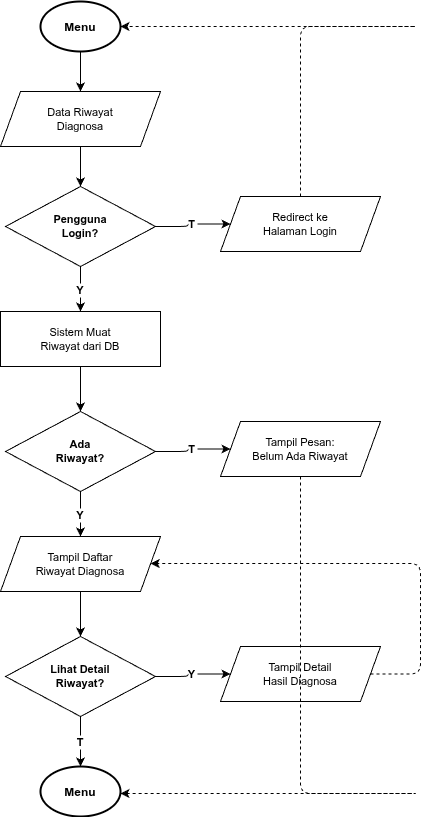
RajaSunrise/kangkungku keeps this draw.io diagram as diagram/flowchart/15-flowchart-riwayat.png. Above is the earlier version. Source tidied: cells renumbered, new cells last; positions are measured from the earlier drawing's top-left corner, leaving out a move shared by most shapes. The source it was exported from:
```xml
<mxGraphModel>
  <root>
    <mxCell id="0" />
    <mxCell id="1" parent="0" />
    <mxCell id="2" value="Menu" style="shape=mxgraph.flowchart.start_2;fillColor=#FFFFFF;strokeColor=#000000;strokeWidth=2;fontSize=12;fontStyle=1;" parent="1" vertex="1">
      <mxGeometry x="40" width="80" height="50" as="geometry" />
    </mxCell>
    <mxCell id="3" value="Data Riwayat&#10;Diagnosa" style="shape=parallelogram;perimeter=parallelogramPerimeter;whiteSpace=wrap;html=1;fixedSize=1;size=20;fillColor=#FFFFFF;strokeColor=#000000;fontSize=11;" parent="1" vertex="1">
      <mxGeometry y="90" width="160" height="55" as="geometry" />
    </mxCell>
    <mxCell id="4" value="Pengguna&#10;Login?" style="rhombus;whiteSpace=wrap;html=1;fillColor=#FFFFFF;strokeColor=#000000;fontSize=11;fontStyle=1;" parent="1" vertex="1">
      <mxGeometry x="5" y="185" width="150" height="80" as="geometry" />
    </mxCell>
    <mxCell id="5" value="Redirect ke&#10;Halaman Login" style="shape=parallelogram;perimeter=parallelogramPerimeter;whiteSpace=wrap;html=1;fixedSize=1;size=20;fillColor=#FFFFFF;strokeColor=#000000;fontSize=11;" parent="1" vertex="1">
      <mxGeometry x="220" y="195" width="160" height="55" as="geometry" />
    </mxCell>
    <mxCell id="6" value="Sistem Muat&#10;Riwayat dari DB" style="rounded=0;whiteSpace=wrap;html=1;fillColor=#FFFFFF;strokeColor=#000000;fontSize=11;" parent="1" vertex="1">
      <mxGeometry y="310" width="160" height="55" as="geometry" />
    </mxCell>
    <mxCell id="7" value="Ada&#10;Riwayat?" style="rhombus;whiteSpace=wrap;html=1;fillColor=#FFFFFF;strokeColor=#000000;fontSize=11;fontStyle=1;" parent="1" vertex="1">
      <mxGeometry x="5" y="410" width="150" height="80" as="geometry" />
    </mxCell>
    <mxCell id="8" value="Tampil Pesan:&#10;Belum Ada Riwayat" style="shape=parallelogram;perimeter=parallelogramPerimeter;whiteSpace=wrap;html=1;fixedSize=1;size=20;fillColor=#FFFFFF;strokeColor=#000000;fontSize=11;" parent="1" vertex="1">
      <mxGeometry x="220" y="420" width="160" height="55" as="geometry" />
    </mxCell>
    <mxCell id="9" value="Tampil Daftar&#10;Riwayat Diagnosa" style="shape=parallelogram;perimeter=parallelogramPerimeter;whiteSpace=wrap;html=1;fixedSize=1;size=20;fillColor=#FFFFFF;strokeColor=#000000;fontSize=11;" parent="1" vertex="1">
      <mxGeometry y="535" width="160" height="55" as="geometry" />
    </mxCell>
    <mxCell id="10" value="Lihat Detail&#10;Riwayat?" style="rhombus;whiteSpace=wrap;html=1;fillColor=#FFFFFF;strokeColor=#000000;fontSize=11;fontStyle=1;" parent="1" vertex="1">
      <mxGeometry x="5" y="635" width="150" height="80" as="geometry" />
    </mxCell>
    <mxCell id="11" value="Tampil Detail&#10;Hasil Diagnosa" style="shape=parallelogram;perimeter=parallelogramPerimeter;whiteSpace=wrap;html=1;fixedSize=1;size=20;fillColor=#FFFFFF;strokeColor=#000000;fontSize=11;" parent="1" vertex="1">
      <mxGeometry x="220" y="645" width="160" height="55" as="geometry" />
    </mxCell>
    <mxCell id="12" value="Menu" style="shape=mxgraph.flowchart.start_2;fillColor=#FFFFFF;strokeColor=#000000;strokeWidth=2;fontSize=12;fontStyle=1;" parent="1" vertex="1">
      <mxGeometry x="40" y="765" width="80" height="50" as="geometry" />
    </mxCell>
    <mxCell id="13" style="edgeStyle=orthogonalEdgeStyle;" parent="1" edge="1" source="2" target="3">
      <mxGeometry relative="1" as="geometry" />
    </mxCell>
    <mxCell id="14" style="edgeStyle=orthogonalEdgeStyle;" parent="1" edge="1" source="3" target="4">
      <mxGeometry relative="1" as="geometry" />
    </mxCell>
    <mxCell id="15" value="T" style="edgeStyle=orthogonalEdgeStyle;fontSize=11;fontStyle=1;" parent="1" edge="1" source="4" target="5">
      <mxGeometry relative="1" as="geometry" />
    </mxCell>
    <mxCell id="16" style="edgeStyle=orthogonalEdgeStyle;dashed=1;" parent="1" edge="1" source="5" target="2">
      <mxGeometry relative="1" as="geometry">
        <Array as="points">
          <mxPoint x="420" y="25" />
          <mxPoint x="120" y="25" />
        </Array>
      </mxGeometry>
    </mxCell>
    <mxCell id="17" value="Y" style="edgeStyle=orthogonalEdgeStyle;fontSize=11;fontStyle=1;" parent="1" edge="1" source="4" target="6">
      <mxGeometry relative="1" as="geometry" />
    </mxCell>
    <mxCell id="18" style="edgeStyle=orthogonalEdgeStyle;" parent="1" edge="1" source="6" target="7">
      <mxGeometry relative="1" as="geometry" />
    </mxCell>
    <mxCell id="19" value="T" style="edgeStyle=orthogonalEdgeStyle;fontSize=11;fontStyle=1;" parent="1" edge="1" source="7" target="8">
      <mxGeometry relative="1" as="geometry" />
    </mxCell>
    <mxCell id="20" style="edgeStyle=orthogonalEdgeStyle;dashed=1;" parent="1" edge="1" source="8" target="12">
      <mxGeometry relative="1" as="geometry">
        <Array as="points">
          <mxPoint x="420" y="792" />
          <mxPoint x="120" y="792" />
        </Array>
      </mxGeometry>
    </mxCell>
    <mxCell id="21" value="Y" style="edgeStyle=orthogonalEdgeStyle;fontSize=11;fontStyle=1;" parent="1" edge="1" source="7" target="9">
      <mxGeometry relative="1" as="geometry" />
    </mxCell>
    <mxCell id="22" style="edgeStyle=orthogonalEdgeStyle;" parent="1" edge="1" source="9" target="10">
      <mxGeometry relative="1" as="geometry" />
    </mxCell>
    <mxCell id="23" value="Y" style="edgeStyle=orthogonalEdgeStyle;fontSize=11;fontStyle=1;" parent="1" edge="1" source="10" target="11">
      <mxGeometry relative="1" as="geometry" />
    </mxCell>
    <mxCell id="24" value="T" style="edgeStyle=orthogonalEdgeStyle;fontSize=11;fontStyle=1;" parent="1" edge="1" source="10" target="12">
      <mxGeometry relative="1" as="geometry" />
    </mxCell>
    <mxCell id="25" style="edgeStyle=orthogonalEdgeStyle;dashed=1;" parent="1" edge="1" source="11" target="9">
      <mxGeometry relative="1" as="geometry">
        <Array as="points">
          <mxPoint x="420" y="672" />
          <mxPoint x="420" y="562" />
          <mxPoint x="160" y="562" />
        </Array>
      </mxGeometry>
    </mxCell>
  </root>
</mxGraphModel>
```
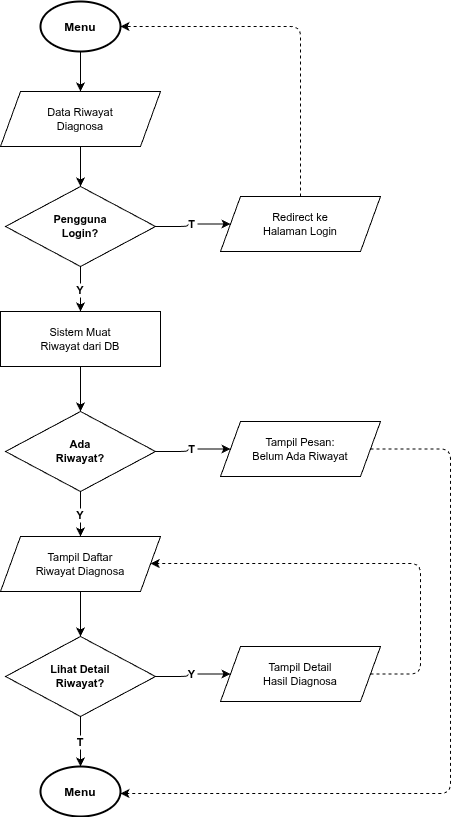
The same file after the commit.

What changed in the source:
```diff
@@ -2,9 +2,9 @@
   <root>
     <mxCell id="0" />
     <mxCell id="1" parent="0" />
-    <mxCell id="2" value="Menu" style="shape=mxgraph.flowchart.start_2;fillColor=#FFFFFF;strokeColor=#000000;strokeWidth=2;fontSize=12;fontStyle=1;" parent="1" vertex="1">
-      <mxGeometry x="40" width="80" height="50" as="geometry" />
-    </mxCell>
+    <mxCell id="12" value="Menu" style="shape=mxgraph.flowchart.start_2;fillColor=#FFFFFF;strokeColor=#000000;strokeWidth=2;fontSize=12;fontStyle=1;" parent="1" vertex="1">
+      <mxGeometry x="40" width="80" height="50" as="geometry" />
+    </mxCell>
     <mxCell id="3" value="Data Riwayat&#10;Diagnosa" style="shape=parallelogram;perimeter=parallelogramPerimeter;whiteSpace=wrap;html=1;fixedSize=1;size=20;fillColor=#FFFFFF;strokeColor=#000000;fontSize=11;" parent="1" vertex="1">
       <mxGeometry y="90" width="160" height="55" as="geometry" />
     </mxCell>
@@ -32,26 +32,25 @@
     <mxCell id="11" value="Tampil Detail&#10;Hasil Diagnosa" style="shape=parallelogram;perimeter=parallelogramPerimeter;whiteSpace=wrap;html=1;fixedSize=1;size=20;fillColor=#FFFFFF;strokeColor=#000000;fontSize=11;" parent="1" vertex="1">
       <mxGeometry x="220" y="645" width="160" height="55" as="geometry" />
     </mxCell>
-    <mxCell id="12" value="Menu" style="shape=mxgraph.flowchart.start_2;fillColor=#FFFFFF;strokeColor=#000000;strokeWidth=2;fontSize=12;fontStyle=1;" parent="1" vertex="1">
-      <mxGeometry x="40" y="765" width="80" height="50" as="geometry" />
-    </mxCell>
-    <mxCell id="13" style="edgeStyle=orthogonalEdgeStyle;" parent="1" edge="1" source="2" target="3">
-      <mxGeometry relative="1" as="geometry" />
-    </mxCell>
+    <mxCell id="2" value="Menu" style="shape=mxgraph.flowchart.start_2;fillColor=#FFFFFF;strokeColor=#000000;strokeWidth=2;fontSize=12;fontStyle=1;" parent="1" vertex="1">
+      <mxGeometry x="40" y="765" width="80" height="50" as="geometry" />
+    </mxCell>
+    <mxCell id="26" style="edgeStyle=orthogonalEdgeStyle;" parent="1" edge="1" source="12" target="3">
+      <mxGeometry relative="1" as="geometry" />
+    </mxCell>
     <mxCell id="14" style="edgeStyle=orthogonalEdgeStyle;" parent="1" edge="1" source="3" target="4">
       <mxGeometry relative="1" as="geometry" />
     </mxCell>
     <mxCell id="15" value="T" style="edgeStyle=orthogonalEdgeStyle;fontSize=11;fontStyle=1;" parent="1" edge="1" source="4" target="5">
       <mxGeometry relative="1" as="geometry" />
     </mxCell>
-    <mxCell id="16" style="edgeStyle=orthogonalEdgeStyle;dashed=1;" parent="1" edge="1" source="5" target="2">
-      <mxGeometry relative="1" as="geometry">
-        <Array as="points">
-          <mxPoint x="420" y="25" />
-          <mxPoint x="120" y="25" />
-        </Array>
-      </mxGeometry>
-    </mxCell>
+    <mxCell id="27" style="edgeStyle=orthogonalEdgeStyle;dashed=1;" parent="1" edge="1" source="5" target="12">
+      <mxGeometry relative="1" as="geometry">
+        <Array as="points">
+          <mxPoint x="300" y="25" />
+        </Array>
+      </mxGeometry>
+    </mxCell>
     <mxCell id="17" value="Y" style="edgeStyle=orthogonalEdgeStyle;fontSize=11;fontStyle=1;" parent="1" edge="1" source="4" target="6">
       <mxGeometry relative="1" as="geometry" />
     </mxCell>
@@ -61,14 +60,14 @@
     <mxCell id="19" value="T" style="edgeStyle=orthogonalEdgeStyle;fontSize=11;fontStyle=1;" parent="1" edge="1" source="7" target="8">
       <mxGeometry relative="1" as="geometry" />
     </mxCell>
-    <mxCell id="20" style="edgeStyle=orthogonalEdgeStyle;dashed=1;" parent="1" edge="1" source="8" target="12">
-      <mxGeometry relative="1" as="geometry">
-        <Array as="points">
-          <mxPoint x="420" y="792" />
-          <mxPoint x="120" y="792" />
-        </Array>
-      </mxGeometry>
-    </mxCell>
+    <mxCell id="28" style="edgeStyle=orthogonalEdgeStyle;dashed=1;exitX=1;exitY=0.5;exitDx=0;exitDy=0;" parent="1" edge="1" source="8" target="2">
+      <mxGeometry relative="1" as="geometry">
+        <Array as="points">
+          <mxPoint x="450" y="448" />
+          <mxPoint x="450" y="792" />
+        </Array>
+      </mxGeometry>
+    </mxCell>
     <mxCell id="21" value="Y" style="edgeStyle=orthogonalEdgeStyle;fontSize=11;fontStyle=1;" parent="1" edge="1" source="7" target="9">
       <mxGeometry relative="1" as="geometry" />
     </mxCell>
@@ -78,9 +77,9 @@
     <mxCell id="23" value="Y" style="edgeStyle=orthogonalEdgeStyle;fontSize=11;fontStyle=1;" parent="1" edge="1" source="10" target="11">
       <mxGeometry relative="1" as="geometry" />
     </mxCell>
-    <mxCell id="24" value="T" style="edgeStyle=orthogonalEdgeStyle;fontSize=11;fontStyle=1;" parent="1" edge="1" source="10" target="12">
-      <mxGeometry relative="1" as="geometry" />
-    </mxCell>
+    <mxCell id="29" value="T" style="edgeStyle=orthogonalEdgeStyle;fontSize=11;fontStyle=1;" parent="1" edge="1" source="10" target="2">
+      <mxGeometry relative="1" as="geometry" />
+    </mxCell>
     <mxCell id="25" style="edgeStyle=orthogonalEdgeStyle;dashed=1;" parent="1" edge="1" source="11" target="9">
       <mxGeometry relative="1" as="geometry">
         <Array as="points">
```
